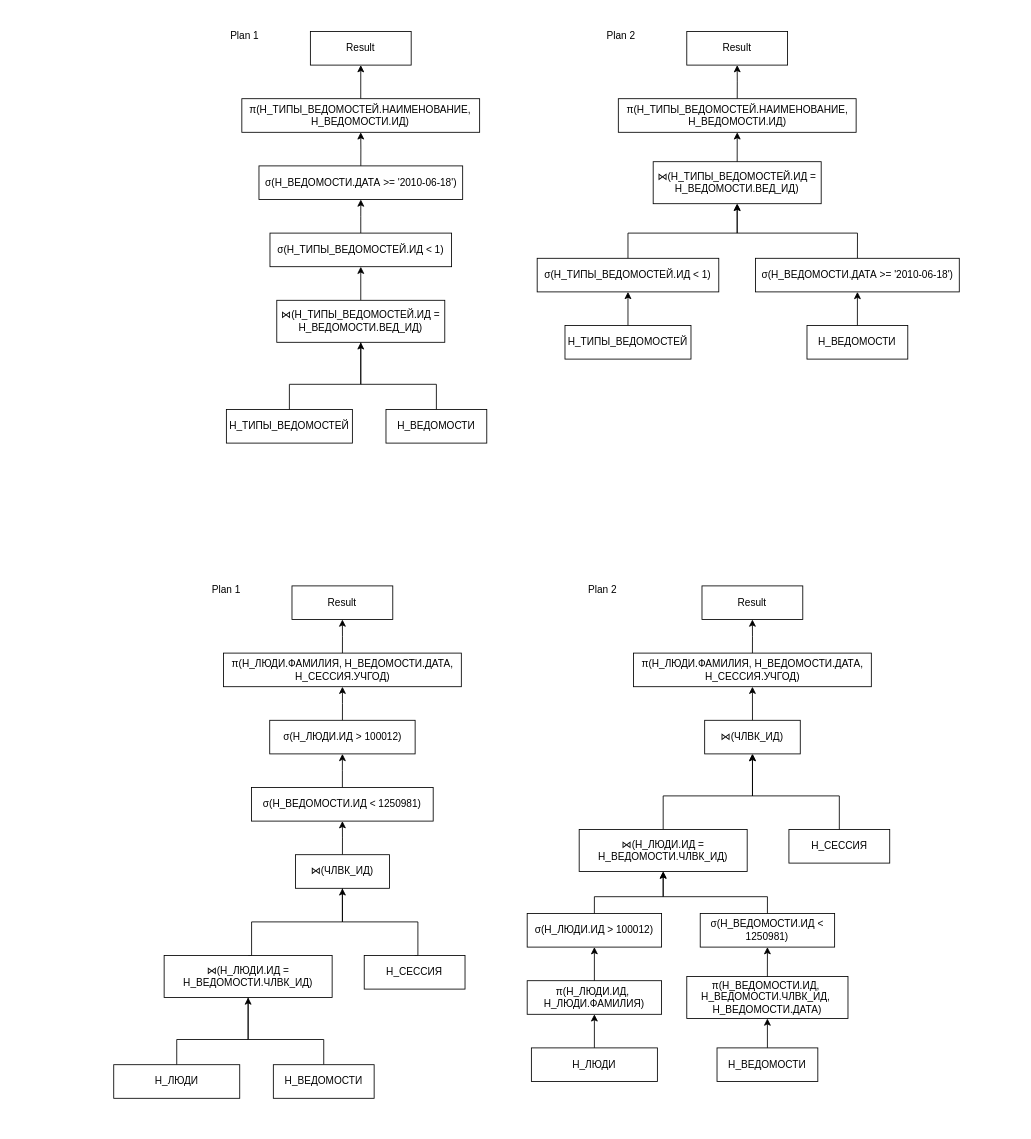
The draw.io diagram Data bases/Lab4/query_plan.drawio in Dmitrylesnoy/ITMO-study-labs, before the edit. Source tidied: cells renumbered, new cells numbered last; positions are measured from the earlier drawing's top-left corner, leaving out a move shared by most shapes. Both pictures are drawn from the tidied source at 84%, with x=0, y=0 at pixel (113, 23).
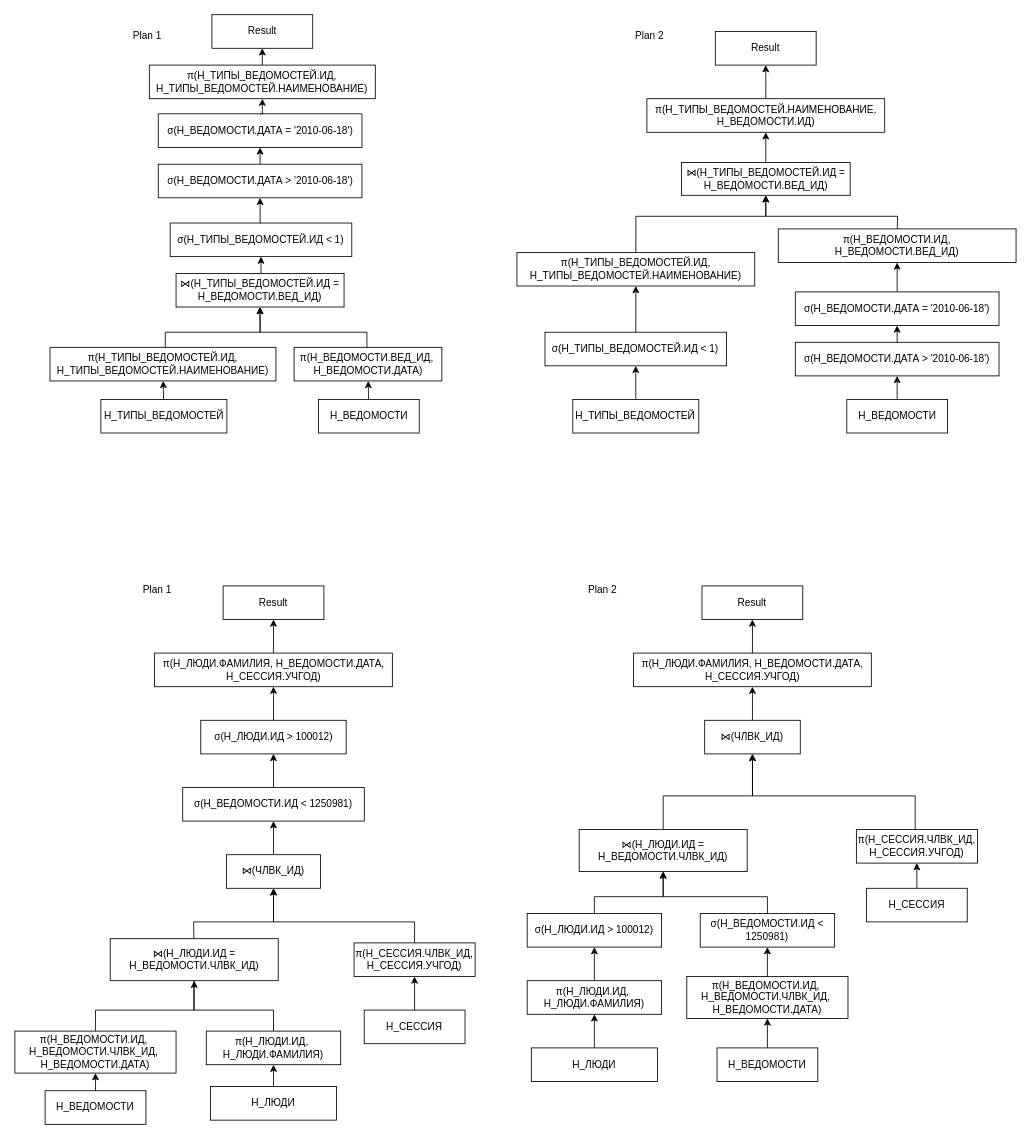
Above is the later version.

The change refers to these unchanged cells:
```xml
<mxCell id="56" value="⋈(ЧЛВК_ИД)" style="rounded=0;whiteSpace=wrap;html=1;" parent="1" vertex="1">
  <mxGeometry x="703.4" y="830" width="113.8" height="40" as="geometry" />
</mxCell>
```

Diff of the diagram source:
```diff
@@
-    <mxCell id="2" style="edgeStyle=orthogonalEdgeStyle;rounded=0;jettySize=auto;html=1;exitX=0.5;exitY=0;exitDx=0;exitDy=0;entryX=0.5;entryY=1;entryDx=0;entryDy=0;" parent="1" edge="1" source="3">
+    <mxCell id="2" style="edgeStyle=orthogonalEdgeStyle;rounded=0;jettySize=auto;html=1;exitX=0.5;exitY=0;exitDx=0;exitDy=0;entryX=0.5;entryY=1;entryDx=0;entryDy=0;" parent="1" edge="1" source="3" target="7">
       <mxGeometry relative="1" as="geometry">
-        <mxPoint x="294" y="345" as="targetPoint" />
         <Array as="points">
-          <mxPoint x="209" y="430" />
-          <mxPoint x="294" y="430" />
+          <mxPoint x="61.3" y="398" />
+          <mxPoint x="61.3" y="368" />
+          <mxPoint x="174.3" y="368" />
+          <mxPoint x="174.3" y="338" />
         </Array>
       </mxGeometry>
     </mxCell>
+    <mxCell id="70" style="edgeStyle=none;html=1;" parent="1" edge="1" source="79" target="3">
+      <mxGeometry relative="1" as="geometry" />
+    </mxCell>
-    <mxCell id="3" value="Н_ТИПЫ_ВЕДОМОСТЕЙ" style="rounded=0;whiteSpace=wrap;html=1;" parent="1" vertex="1">
-      <mxGeometry x="134" y="460" width="150" height="40" as="geometry" />
+    <mxCell id="3" value="&lt;span style=&quot;color: rgb(0, 0, 0);&quot;&gt;π(&lt;/span&gt;Н_ТИПЫ_ВЕДОМОСТЕЙ.ИД,&lt;div&gt;&lt;span style=&quot;color: rgb(0, 0, 0);&quot;&gt;Н_ТИПЫ_ВЕДОМОСТЕЙ.НАИМЕНОВАНИЕ)&lt;/span&gt;&lt;/div&gt;" style="rounded=0;whiteSpace=wrap;html=1;" parent="1" vertex="1">
+      <mxGeometry x="-76" y="386" width="269" height="40" as="geometry" />
     </mxCell>
     <mxCell id="4" style="edgeStyle=orthogonalEdgeStyle;rounded=0;jettySize=auto;html=1;exitX=0.5;exitY=0;exitDx=0;exitDy=0;entryX=0.5;entryY=1;entryDx=0;entryDy=0;" parent="1" edge="1" source="5" target="7">
       <mxGeometry relative="1" as="geometry">
         <Array as="points">
-          <mxPoint x="384" y="430" />
-          <mxPoint x="294" y="430" />
+          <mxPoint x="301.3" y="398" />
+          <mxPoint x="301.3" y="368" />
+          <mxPoint x="174.3" y="368" />
+          <mxPoint x="174.3" y="338" />
         </Array>
       </mxGeometry>
     </mxCell>
+    <mxCell id="71" style="edgeStyle=none;html=1;" parent="1" edge="1" source="78" target="5">
+      <mxGeometry relative="1" as="geometry" />
+    </mxCell>
-    <mxCell id="5" value="Н_ВЕДОМОСТИ" style="rounded=0;whiteSpace=wrap;html=1;" parent="1" vertex="1">
-      <mxGeometry x="324" y="460" width="120" height="40" as="geometry" />
+    <mxCell id="5" value="&lt;span style=&quot;color: rgb(0, 0, 0);&quot;&gt;π(&lt;/span&gt;Н_ВЕДОМОСТИ.ВЕД_ИД,&amp;nbsp;&lt;div&gt;&lt;span style=&quot;color: rgb(0, 0, 0);&quot;&gt;Н_ВЕДОМОСТИ.ДАТА)&lt;/span&gt;&lt;/div&gt;" style="rounded=0;whiteSpace=wrap;html=1;" parent="1" vertex="1">
+      <mxGeometry x="214.6" y="386" width="175.9" height="40" as="geometry" />
     </mxCell>
@@
     <mxCell id="7" value="⋈(Н_ТИПЫ_ВЕДОМОСТЕЙ.ИД = Н_ВЕДОМОСТИ.ВЕД_ИД)" style="rounded=0;whiteSpace=wrap;html=1;" parent="1" vertex="1">
-      <mxGeometry x="194" y="330" width="200" height="50" as="geometry" />
+      <mxGeometry x="74.1" y="298" width="200" height="40" as="geometry" />
     </mxCell>
@@
     <mxCell id="9" value="σ(Н_ТИПЫ_ВЕДОМОСТЕЙ.ИД &amp;lt; 1)" style="rounded=0;whiteSpace=wrap;html=1;" parent="1" vertex="1">
-      <mxGeometry x="185.9" y="250" width="216.2" height="40" as="geometry" />
+      <mxGeometry x="67.1" y="238" width="216.2" height="40" as="geometry" />
     </mxCell>
-    <mxCell id="10" style="edgeStyle=orthogonalEdgeStyle;rounded=0;jettySize=auto;html=1;exitX=0.5;exitY=0;exitDx=0;exitDy=0;entryX=0.5;entryY=1;entryDx=0;entryDy=0;" parent="1" edge="1" source="11" target="13">
+    <mxCell id="10" style="edgeStyle=orthogonalEdgeStyle;rounded=0;jettySize=auto;html=1;exitX=0.5;exitY=0;exitDx=0;exitDy=0;entryX=0.5;entryY=1;entryDx=0;entryDy=0;" parent="1" edge="1" source="11" target="80">
       <mxGeometry relative="1" as="geometry" />
     </mxCell>
-    <mxCell id="11" value="σ(Н_ВЕДОМОСТИ.ДАТА &amp;gt;= '2010-06-18')" style="rounded=0;whiteSpace=wrap;html=1;" parent="1" vertex="1">
-      <mxGeometry x="172.8" y="170" width="242.5" height="40" as="geometry" />
+    <mxCell id="11" value="σ(Н_ВЕДОМОСТИ.ДАТА &amp;gt; '2010-06-18')" style="rounded=0;whiteSpace=wrap;html=1;" parent="1" vertex="1">
+      <mxGeometry x="52.9" y="168" width="242.5" height="40" as="geometry" />
     </mxCell>
-    <mxCell id="12" style="edgeStyle=orthogonalEdgeStyle;rounded=0;jettySize=auto;html=1;exitX=0.5;exitY=0;exitDx=0;exitDy=0;entryX=0.5;entryY=1;entryDx=0;entryDy=0;" parent="1" edge="1" source="13" target="14">
-      <mxGeometry relative="1" as="geometry" />
-    </mxCell>
-    <mxCell id="13" value="π(Н_ТИПЫ_ВЕДОМОСТЕЙ.НАИМЕНОВАНИЕ, Н_ВЕДОМОСТИ.ИД)" style="rounded=0;whiteSpace=wrap;html=1;" parent="1" vertex="1">
-      <mxGeometry x="152.4" y="90" width="283.1" height="40" as="geometry" />
-    </mxCell>
     <mxCell id="14" value="Result" style="rounded=0;whiteSpace=wrap;html=1;" parent="1" vertex="1">
-      <mxGeometry x="234" y="10" width="120" height="40" as="geometry" />
+      <mxGeometry x="116.8" y="-10" width="120" height="40" as="geometry" />
     </mxCell>
     <mxCell id="15" value="Plan 1" style="text;html=1;align=center;verticalAlign=middle;whiteSpace=wrap;rounded=0;" parent="1" vertex="1">
-      <mxGeometry x="125.9" width="60" height="30" as="geometry" />
+      <mxGeometry x="9.9" width="60" height="30" as="geometry" />
     </mxCell>
-    <mxCell id="16" style="edgeStyle=orthogonalEdgeStyle;rounded=0;jettySize=auto;html=1;exitX=0.5;exitY=0;exitDx=0;exitDy=0;entryX=0.5;entryY=1;entryDx=0;entryDy=0;" parent="1" edge="1" source="21" target="20">
+    <mxCell id="16" style="edgeStyle=orthogonalEdgeStyle;rounded=0;jettySize=auto;html=1;entryX=0.5;entryY=1;entryDx=0;entryDy=0;exitX=0.5;exitY=0;exitDx=0;exitDy=0;" parent="1" edge="1" source="74" target="20">
       <mxGeometry relative="1" as="geometry">
         <Array as="points">
-          <mxPoint x="612" y="250" />
-          <mxPoint x="742" y="250" />
+          <mxPoint x="621" y="230" />
+          <mxPoint x="776" y="230" />
         </Array>
       </mxGeometry>
     </mxCell>
@@
-    <mxCell id="18" style="edgeStyle=orthogonalEdgeStyle;rounded=0;jettySize=auto;html=1;entryX=0.5;entryY=1;entryDx=0;entryDy=0;exitX=0.5;exitY=0;exitDx=0;exitDy=0;" parent="1" edge="1" source="22" target="20">
+    <mxCell id="18" style="edgeStyle=orthogonalEdgeStyle;rounded=0;jettySize=auto;html=1;entryX=0.5;entryY=1;entryDx=0;entryDy=0;exitX=0.5;exitY=0;exitDx=0;exitDy=0;" parent="1" edge="1" source="75" target="20">
       <mxGeometry relative="1" as="geometry">
         <Array as="points">
-          <mxPoint x="885" y="250" />
-          <mxPoint x="742" y="250" />
+          <mxPoint x="933" y="250" />
+          <mxPoint x="933" y="250" />
+          <mxPoint x="933" y="230" />
+          <mxPoint x="776" y="230" />
         </Array>
       </mxGeometry>
     </mxCell>
@@
     <mxCell id="20" value="⋈(Н_ТИПЫ_ВЕДОМОСТЕЙ.ИД = Н_ВЕДОМОСТИ.ВЕД_ИД)" style="rounded=0;whiteSpace=wrap;html=1;" parent="1" vertex="1">
-      <mxGeometry x="642.1" y="165" width="200" height="50" as="geometry" />
+      <mxGeometry x="675.7" y="166" width="200.9" height="39" as="geometry" />
     </mxCell>
     <mxCell id="21" value="σ(Н_ТИПЫ_ВЕДОМОСТЕЙ.ИД &amp;lt; 1)" style="rounded=0;whiteSpace=wrap;html=1;" parent="1" vertex="1">
-      <mxGeometry x="504" y="280" width="216.2" height="40" as="geometry" />
+      <mxGeometry x="513.3" y="368" width="216.2" height="40" as="geometry" />
     </mxCell>
-    <mxCell id="22" value="σ(Н_ВЕДОМОСТИ.ДАТА &amp;gt;= '2010-06-18')" style="rounded=0;whiteSpace=wrap;html=1;" parent="1" vertex="1">
-      <mxGeometry x="764" y="280" width="242.5" height="40" as="geometry" />
+    <mxCell id="22" value="σ(Н_ВЕДОМОСТИ.ДАТА &amp;gt; '2010-06-18')" style="rounded=0;whiteSpace=wrap;html=1;" parent="1" vertex="1">
+      <mxGeometry x="811.3" y="380" width="242.5" height="40" as="geometry" />
     </mxCell>
@@
     <mxCell id="24" value="π(Н_ТИПЫ_ВЕДОМОСТЕЙ.НАИМЕНОВАНИЕ, Н_ВЕДОМОСТИ.ИД)" style="rounded=0;whiteSpace=wrap;html=1;" parent="1" vertex="1">
-      <mxGeometry x="600.6" y="90" width="283.1" height="40" as="geometry" />
+      <mxGeometry x="634.6" y="90" width="283.1" height="40" as="geometry" />
     </mxCell>
     <mxCell id="25" value="Result" style="rounded=0;whiteSpace=wrap;html=1;" parent="1" vertex="1">
-      <mxGeometry x="682.1" y="10" width="120" height="40" as="geometry" />
+      <mxGeometry x="716.1" y="10" width="120" height="40" as="geometry" />
     </mxCell>
     <mxCell id="26" value="Plan 2" style="text;html=1;align=center;verticalAlign=middle;whiteSpace=wrap;rounded=0;" parent="1" vertex="1">
-      <mxGeometry x="574" width="60" height="30" as="geometry" />
+      <mxGeometry x="608" width="60" height="30" as="geometry" />
     </mxCell>
     <mxCell id="27" value="Н_ВЕДОМОСТИ" style="rounded=0;whiteSpace=wrap;html=1;" parent="1" vertex="1">
-      <mxGeometry x="825.2" y="360" width="120" height="40" as="geometry" />
+      <mxGeometry x="872.6" y="448" width="120" height="40" as="geometry" />
     </mxCell>
     <mxCell id="28" value="Н_ТИПЫ_ВЕДОМОСТЕЙ" style="rounded=0;whiteSpace=wrap;html=1;" parent="1" vertex="1">
-      <mxGeometry x="537.1" y="360" width="150" height="40" as="geometry" />
+      <mxGeometry x="546.4" y="448" width="150" height="40" as="geometry" />
     </mxCell>
@@
-    <mxCell id="30" style="edgeStyle=orthogonalEdgeStyle;rounded=0;jettySize=auto;html=1;exitX=0.5;exitY=0;exitDx=0;exitDy=0;entryX=0.5;entryY=1;entryDx=0;entryDy=0;" parent="1" edge="1" source="52">
+    <mxCell id="30" style="edgeStyle=orthogonalEdgeStyle;rounded=0;jettySize=auto;html=1;exitX=0.5;exitY=0;exitDx=0;exitDy=0;entryX=0.5;entryY=1;entryDx=0;entryDy=0;" parent="1" edge="1" source="52" target="34">
       <mxGeometry relative="1" as="geometry">
-        <mxPoint x="272.1" y="1005" as="targetPoint" />
         <Array as="points">
-          <mxPoint x="164" y="1110" />
-          <mxPoint x="164" y="1070" />
-          <mxPoint x="272" y="1070" />
+          <mxPoint x="96" y="1110" />
+          <mxPoint x="95" y="1110" />
+          <mxPoint x="95" y="1070" />
+          <mxPoint x="190" y="1070" />
         </Array>
       </mxGeometry>
     </mxCell>
     <mxCell id="31" style="edgeStyle=orthogonalEdgeStyle;rounded=0;jettySize=auto;html=1;exitX=0.5;exitY=0;exitDx=0;exitDy=0;entryX=0.5;entryY=1;entryDx=0;entryDy=0;" parent="1" edge="1" source="32" target="34">
       <mxGeometry relative="1" as="geometry">
         <Array as="points">
-          <mxPoint x="362" y="1110" />
-          <mxPoint x="362" y="1070" />
-          <mxPoint x="272" y="1070" />
+          <mxPoint x="358" y="1070" />
+          <mxPoint x="190" y="1070" />
         </Array>
       </mxGeometry>
     </mxCell>
+    <mxCell id="72" style="edgeStyle=none;html=1;" parent="1" edge="1" source="84" target="32">
+      <mxGeometry relative="1" as="geometry" />
+    </mxCell>
-    <mxCell id="32" value="Н_СЕССИЯ" style="rounded=0;whiteSpace=wrap;html=1;" parent="1" vertex="1">
-      <mxGeometry x="298.1" y="1110" width="120" height="40" as="geometry" />
+    <mxCell id="32" value="&lt;span style=&quot;color: rgb(0, 0, 0);&quot;&gt;π(&lt;/span&gt;Н_СЕССИЯ.ЧЛВК_ИД,&lt;div&gt;Н_СЕССИЯ.УЧГОД)&lt;/div&gt;" style="rounded=0;whiteSpace=wrap;html=1;" parent="1" vertex="1">
+      <mxGeometry x="286" y="1095" width="144.1" height="40" as="geometry" />
     </mxCell>
@@
     <mxCell id="34" value="⋈(ЧЛВК_ИД)" style="rounded=0;whiteSpace=wrap;html=1;" parent="1" vertex="1">
-      <mxGeometry x="216.2" y="990" width="111.9" height="40" as="geometry" />
+      <mxGeometry x="134.2" y="990" width="111.9" height="40" as="geometry" />
     </mxCell>
@@
     <mxCell id="36" value="σ(&lt;span style=&quot;color: rgb(0, 0, 0);&quot;&gt;Н_ВЕДОМОСТИ&lt;/span&gt;.ИД &amp;lt; 1250981)" style="rounded=0;whiteSpace=wrap;html=1;" parent="1" vertex="1">
-      <mxGeometry x="164" y="910" width="216.2" height="40" as="geometry" />
+      <mxGeometry x="82" y="910" width="216.2" height="40" as="geometry" />
     </mxCell>
@@
     <mxCell id="38" value="σ(Н_ЛЮДИ.ИД &amp;gt; 100012)" style="rounded=0;whiteSpace=wrap;html=1;" parent="1" vertex="1">
-      <mxGeometry x="185.6" y="830" width="173.1" height="40" as="geometry" />
+      <mxGeometry x="103.5" y="830" width="173.1" height="40" as="geometry" />
     </mxCell>
@@
     <mxCell id="40" value="π(Н_ЛЮДИ.ФАМИЛИЯ, Н_ВЕДОМОСТИ.ДАТА, Н_СЕССИЯ.УЧГОД)" style="rounded=0;whiteSpace=wrap;html=1;" parent="1" vertex="1">
-      <mxGeometry x="130.6" y="750" width="283.1" height="40" as="geometry" />
+      <mxGeometry x="48.5" y="750" width="283.1" height="40" as="geometry" />
     </mxCell>
     <mxCell id="41" value="Result" style="rounded=0;whiteSpace=wrap;html=1;" parent="1" vertex="1">
-      <mxGeometry x="212.1" y="670" width="120" height="40" as="geometry" />
+      <mxGeometry x="130.1" y="670" width="120" height="40" as="geometry" />
     </mxCell>
     <mxCell id="42" value="Plan 1" style="text;html=1;align=center;verticalAlign=middle;whiteSpace=wrap;rounded=0;" parent="1" vertex="1">
-      <mxGeometry x="104" y="660" width="60" height="30" as="geometry" />
+      <mxGeometry x="22" y="660" width="60" height="30" as="geometry" />
     </mxCell>
@@
-    <mxCell id="48" style="edgeStyle=orthogonalEdgeStyle;rounded=0;jettySize=auto;html=1;exitX=0.5;exitY=0;exitDx=0;exitDy=0;entryX=0.5;entryY=1;entryDx=0;entryDy=0;" parent="1" edge="1" source="49">
+    <mxCell id="48" style="edgeStyle=orthogonalEdgeStyle;rounded=0;jettySize=auto;html=1;exitX=0.5;exitY=0;exitDx=0;exitDy=0;entryX=0.5;entryY=1;entryDx=0;entryDy=0;" parent="1" edge="1" source="88">
       <mxGeometry relative="1" as="geometry">
-        <mxPoint x="159.9" y="1125" as="targetPoint" />
+        <mxPoint x="95.2" y="1114" as="targetPoint" />
         <Array as="points">
-          <mxPoint x="74.9" y="1210" />
-          <mxPoint x="159.9" y="1210" />
+          <mxPoint x="190" y="1175" />
+          <mxPoint x="95" y="1175" />
         </Array>
       </mxGeometry>
     </mxCell>
-    <mxCell id="49" value="Н_ЛЮДИ" style="rounded=0;whiteSpace=wrap;html=1;" parent="1" vertex="1">
-      <mxGeometry x="-0.1" y="1240" width="150" height="40" as="geometry" />
-    </mxCell>
-    <mxCell id="50" style="edgeStyle=orthogonalEdgeStyle;rounded=0;jettySize=auto;html=1;exitX=0.5;exitY=0;exitDx=0;exitDy=0;entryX=0.5;entryY=1;entryDx=0;entryDy=0;" parent="1" edge="1" source="51" target="52">
+    <mxCell id="50" style="edgeStyle=orthogonalEdgeStyle;rounded=0;jettySize=auto;html=1;exitX=0.5;exitY=0;exitDx=0;exitDy=0;entryX=0.5;entryY=1;entryDx=0;entryDy=0;" parent="1" edge="1" source="90" target="52">
       <mxGeometry relative="1" as="geometry">
         <Array as="points">
-          <mxPoint x="249.9" y="1210" />
-          <mxPoint x="159.9" y="1210" />
+          <mxPoint x="-22" y="1175" />
+          <mxPoint x="96" y="1175" />
         </Array>
       </mxGeometry>
     </mxCell>
-    <mxCell id="51" value="Н_ВЕДОМОСТИ" style="rounded=0;whiteSpace=wrap;html=1;" parent="1" vertex="1">
-      <mxGeometry x="189.9" y="1240" width="120" height="40" as="geometry" />
-    </mxCell>
     <mxCell id="52" value="⋈(&lt;span style=&quot;color: rgb(0, 0, 0);&quot;&gt;Н_ЛЮДИ&lt;/span&gt;.ИД = Н_ВЕДОМОСТИ.ЧЛВК_ИД)" style="rounded=0;whiteSpace=wrap;html=1;" parent="1" vertex="1">
-      <mxGeometry x="59.9" y="1110" width="200" height="50" as="geometry" />
+      <mxGeometry x="-4.3" y="1090" width="200" height="50" as="geometry" />
     </mxCell>
@@
-    <mxCell id="54" style="edgeStyle=orthogonalEdgeStyle;rounded=0;jettySize=auto;html=1;exitX=0.5;exitY=0;exitDx=0;exitDy=0;entryX=0.5;entryY=1;entryDx=0;entryDy=0;" parent="1" edge="1" source="55" target="56">
+    <mxCell id="54" style="edgeStyle=orthogonalEdgeStyle;rounded=0;jettySize=auto;html=1;entryX=0.5;entryY=1;entryDx=0;entryDy=0;exitX=0.5;exitY=0;exitDx=0;exitDy=0;" parent="1" edge="1" source="92" target="56">
       <mxGeometry relative="1" as="geometry">
         <Array as="points">
-          <mxPoint x="864" y="920" />
+          <mxPoint x="954" y="960" />
+          <mxPoint x="954" y="920" />
           <mxPoint x="760" y="920" />
         </Array>
       </mxGeometry>
     </mxCell>
+    <mxCell id="73" style="edgeStyle=none;html=1;" parent="1" edge="1" source="55" target="92">
+      <mxGeometry relative="1" as="geometry" />
+    </mxCell>
     <mxCell id="55" value="Н_СЕССИЯ" style="rounded=0;whiteSpace=wrap;html=1;" parent="1" vertex="1">
-      <mxGeometry x="803.7" y="960" width="120" height="40" as="geometry" />
+      <mxGeometry x="896" y="1030" width="120" height="40" as="geometry" />
     </mxCell>
@@
+    <mxCell id="74" value="π(Н_ТИПЫ_ВЕДОМОСТЕЙ.ИД,&lt;br&gt;&lt;div&gt;&lt;span style=&quot;color: rgb(0, 0, 0); background-color: transparent;&quot;&gt;Н_ТИПЫ_ВЕДОМОСТЕЙ.НАИМЕНОВАНИЕ&lt;/span&gt;)&lt;/div&gt;" style="rounded=0;whiteSpace=wrap;html=1;" parent="1" vertex="1">
+      <mxGeometry x="479.9" y="273" width="283.1" height="40" as="geometry" />
+    </mxCell>
+    <mxCell id="75" value="π(Н_ВЕДОМОСТИ.ИД, &lt;br&gt;&lt;span style=&quot;color: rgb(0, 0, 0);&quot;&gt;Н_ВЕДОМОСТИ.ВЕД_ИД&lt;/span&gt;)" style="rounded=0;whiteSpace=wrap;html=1;" parent="1" vertex="1">
+      <mxGeometry x="791" y="245" width="283.1" height="40" as="geometry" />
+    </mxCell>
+    <mxCell id="76" style="edgeStyle=none;html=1;entryX=0.5;entryY=1;entryDx=0;entryDy=0;exitX=0.5;exitY=0;exitDx=0;exitDy=0;" parent="1" edge="1" source="82" target="75">
+      <mxGeometry relative="1" as="geometry" />
+    </mxCell>
+    <mxCell id="77" style="edgeStyle=none;html=1;entryX=0.5;entryY=1;entryDx=0;entryDy=0;exitX=0.5;exitY=0;exitDx=0;exitDy=0;" parent="1" edge="1" source="21" target="74">
+      <mxGeometry relative="1" as="geometry" />
+    </mxCell>
+    <mxCell id="78" value="Н_ВЕДОМОСТИ" style="rounded=0;whiteSpace=wrap;html=1;" parent="1" vertex="1">
+      <mxGeometry x="243.6" y="448" width="120" height="40" as="geometry" />
+    </mxCell>
+    <mxCell id="79" value="Н_ТИПЫ_ВЕДОМОСТЕЙ" style="rounded=0;whiteSpace=wrap;html=1;" parent="1" vertex="1">
+      <mxGeometry x="-15.4" y="448" width="150" height="40" as="geometry" />
+    </mxCell>
+    <mxCell id="80" value="σ(Н_ВЕДОМОСТИ.ДАТА = '2010-06-18')" style="rounded=0;whiteSpace=wrap;html=1;" parent="1" vertex="1">
+      <mxGeometry x="52.9" y="108" width="242.5" height="40" as="geometry" />
+    </mxCell>
+    <mxCell id="81" style="edgeStyle=orthogonalEdgeStyle;rounded=0;jettySize=auto;html=1;entryX=0.5;entryY=1;entryDx=0;entryDy=0;exitX=0.5;exitY=0;exitDx=0;exitDy=0;" parent="1" edge="1" source="85" target="14">
+      <mxGeometry relative="1" as="geometry" />
+    </mxCell>
+    <mxCell id="82" value="σ(Н_ВЕДОМОСТИ.ДАТА = '2010-06-18')" style="rounded=0;whiteSpace=wrap;html=1;" parent="1" vertex="1">
+      <mxGeometry x="811.3" y="320" width="242.5" height="40" as="geometry" />
+    </mxCell>
+    <mxCell id="83" style="edgeStyle=none;html=1;entryX=0.5;entryY=1;entryDx=0;entryDy=0;exitX=0.5;exitY=0;exitDx=0;exitDy=0;" parent="1" edge="1" source="22" target="82">
+      <mxGeometry relative="1" as="geometry" />
+    </mxCell>
+    <mxCell id="84" value="Н_СЕССИЯ" style="rounded=0;whiteSpace=wrap;html=1;" parent="1" vertex="1">
+      <mxGeometry x="298.1" y="1175" width="120" height="40" as="geometry" />
+    </mxCell>
+    <mxCell id="85" value="&lt;span style=&quot;color: rgb(0, 0, 0);&quot;&gt;π(&lt;/span&gt;Н_ТИПЫ_ВЕДОМОСТЕЙ.ИД,&lt;div&gt;&lt;span style=&quot;color: rgb(0, 0, 0);&quot;&gt;Н_ТИПЫ_ВЕДОМОСТЕЙ.НАИМЕНОВАНИЕ)&lt;/span&gt;&lt;/div&gt;" style="rounded=0;whiteSpace=wrap;html=1;" parent="1" vertex="1">
+      <mxGeometry x="42.3" y="50" width="269" height="40" as="geometry" />
+    </mxCell>
+    <mxCell id="86" style="edgeStyle=orthogonalEdgeStyle;rounded=0;jettySize=auto;html=1;exitX=0.5;exitY=0;exitDx=0;exitDy=0;entryX=0.5;entryY=1;entryDx=0;entryDy=0;" parent="1" edge="1" source="80" target="85">
+      <mxGeometry relative="1" as="geometry" />
+    </mxCell>
+    <mxCell id="87" style="edgeStyle=none;html=1;entryX=0.5;entryY=1;entryDx=0;entryDy=0;" parent="1" edge="1" source="49" target="88">
+      <mxGeometry relative="1" as="geometry" />
+    </mxCell>
+    <mxCell id="88" value="&lt;span style=&quot;color: rgb(0, 0, 0);&quot;&gt;&lt;span style=&quot;color: rgb(0, 0, 0);&quot;&gt;π(&lt;/span&gt;Н_ЛЮДИ.ИД,&amp;nbsp;&lt;/span&gt;&lt;div&gt;&lt;span style=&quot;color: rgb(0, 0, 0);&quot;&gt;&lt;span style=&quot;color: rgb(0, 0, 0);&quot;&gt;Н_ЛЮДИ.ФАМИЛИЯ&lt;/span&gt;)&lt;/span&gt;&lt;/div&gt;" style="rounded=0;whiteSpace=wrap;html=1;" parent="1" vertex="1">
+      <mxGeometry x="110.1" y="1200" width="160" height="40" as="geometry" />
+    </mxCell>
+    <mxCell id="89" style="edgeStyle=none;html=1;" parent="1" edge="1" source="91" target="90">
+      <mxGeometry relative="1" as="geometry" />
+    </mxCell>
+    <mxCell id="90" value="&lt;span style=&quot;color: rgb(0, 0, 0);&quot;&gt;π(Н_ВЕДОМОСТИ.ИД,&amp;nbsp;&lt;/span&gt;&lt;div&gt;&lt;span style=&quot;color: rgb(0, 0, 0);&quot;&gt;&lt;span style=&quot;color: rgb(0, 0, 0);&quot;&gt;Н_ВЕДОМОСТИ.ЧЛВК_ИД,&amp;nbsp;&lt;/span&gt;&lt;/span&gt;&lt;/div&gt;&lt;div&gt;&lt;span style=&quot;color: rgb(0, 0, 0);&quot;&gt;&lt;span style=&quot;color: rgb(0, 0, 0);&quot;&gt;Н_ВЕДОМОСТИ.ДАТА&lt;/span&gt;)&lt;/span&gt;&lt;/div&gt;" style="rounded=0;whiteSpace=wrap;html=1;" parent="1" vertex="1">
+      <mxGeometry x="-117.8" y="1200" width="191.9" height="50" as="geometry" />
+    </mxCell>
+    <mxCell id="91" value="Н_ВЕДОМОСТИ" style="rounded=0;whiteSpace=wrap;html=1;" parent="1" vertex="1">
+      <mxGeometry x="-81.8" y="1271" width="120" height="40" as="geometry" />
+    </mxCell>
+    <mxCell id="49" value="Н_ЛЮДИ" style="rounded=0;whiteSpace=wrap;html=1;" parent="1" vertex="1">
+      <mxGeometry x="115.1" y="1266" width="150" height="40" as="geometry" />
+    </mxCell>
+    <mxCell id="92" value="&lt;span style=&quot;color: rgb(0, 0, 0);&quot;&gt;π(&lt;/span&gt;Н_СЕССИЯ.ЧЛВК_ИД,&lt;div&gt;Н_СЕССИЯ.УЧГОД)&lt;/div&gt;" style="rounded=0;whiteSpace=wrap;html=1;" parent="1" vertex="1">
+      <mxGeometry x="884" y="960" width="144.1" height="40" as="geometry" />
+    </mxCell>
```
